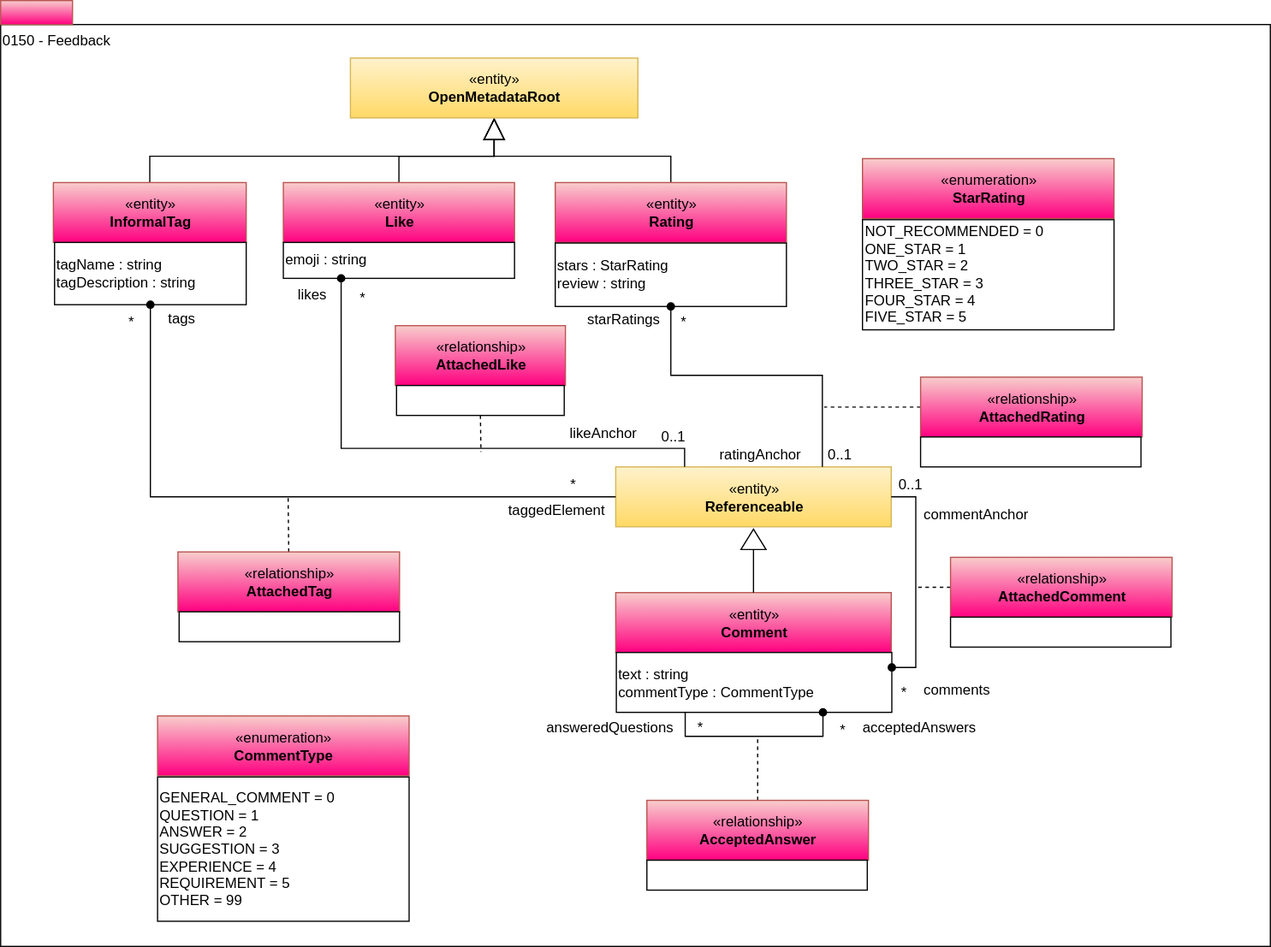
Above: site/docs/types/1/0150-Feedback.svg in odpi/egeria-docs (draw.io), before the change. Source tidied: cells renumbered, new cells last; positions are measured from the earlier drawing's top-left corner, leaving out a move shared by most shapes.
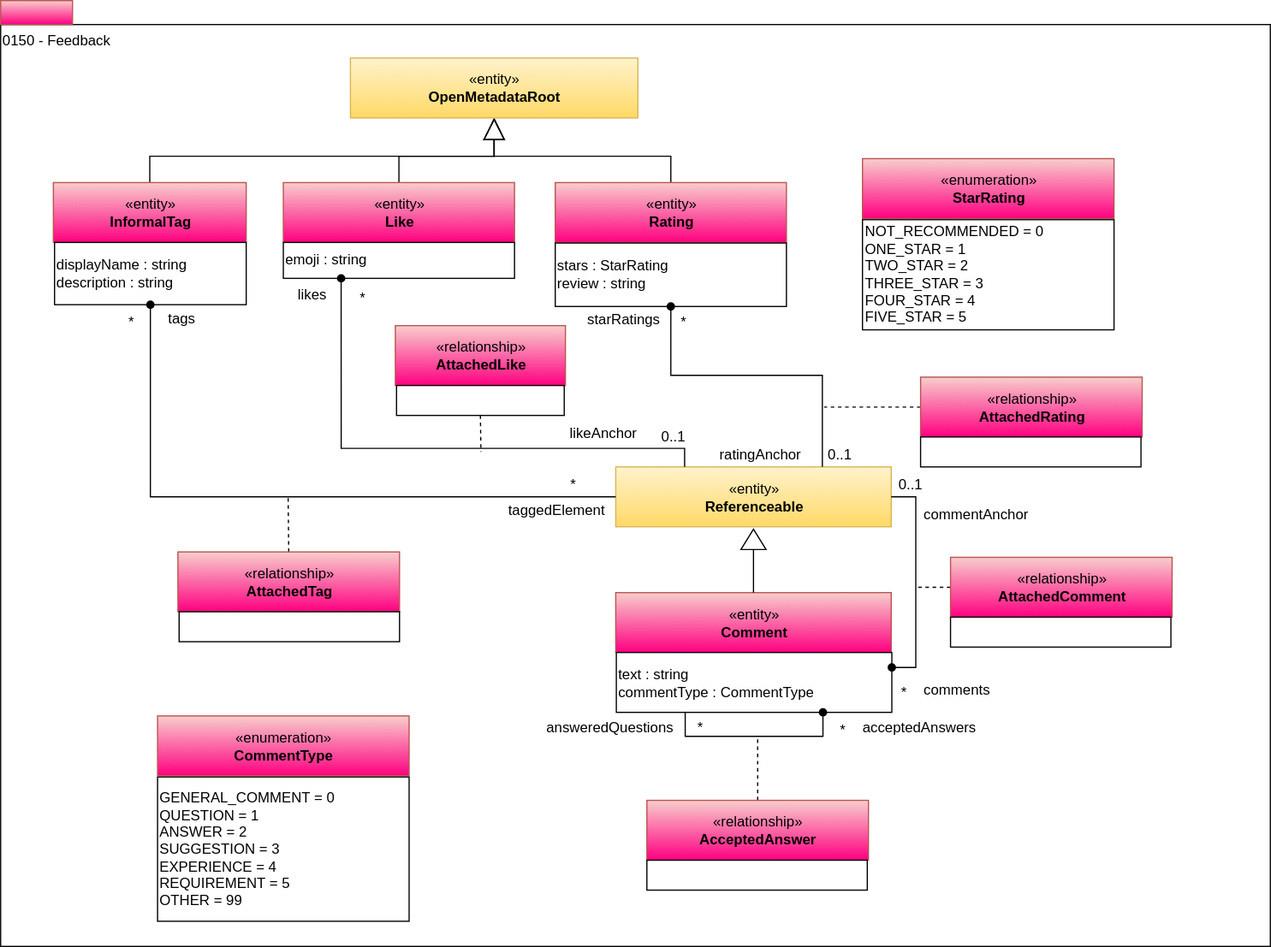
After the change.

What changed in the source:
```diff
@@ -133,7 +133,7 @@
     <mxCell id="42" value="«entity»&lt;br&gt;&lt;b&gt;InformalTag&lt;/b&gt;" style="html=1;strokeColor=#b85450;align=center;fillColor=#f8cecc;gradientColor=#FF0080;" parent="1" vertex="1">
       <mxGeometry x="44" y="152" width="161" height="50" as="geometry" />
     </mxCell>
-    <mxCell id="43" value="tagName : string&lt;br&gt;tagDescription : string" style="rounded=0;whiteSpace=wrap;html=1;align=left;" parent="1" vertex="1">
+    <mxCell id="43" value="displayName : string&lt;br&gt;description : string" style="rounded=0;whiteSpace=wrap;html=1;align=left;" parent="1" vertex="1">
       <mxGeometry x="45" y="202" width="160" height="52" as="geometry" />
     </mxCell>
     <mxCell id="44" value="likes" style="text;html=1;align=center;verticalAlign=top;spacingTop=-4;" parent="1" vertex="1">
```
